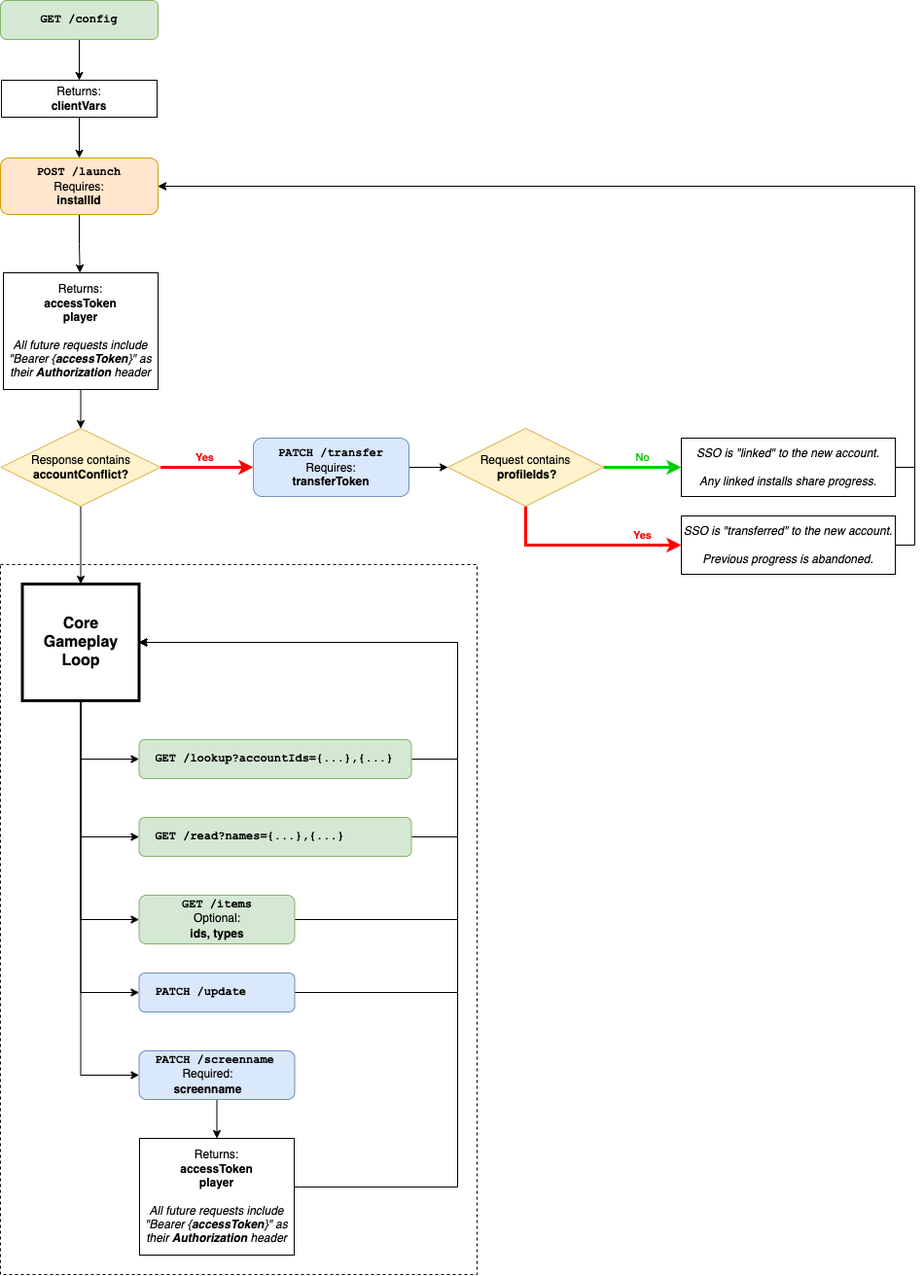
Before: player-service-v2.png, a diagram exported from draw.io (wmaynard/player-service). Source tidied: cells renumbered, new cells last; positions are measured from the earlier drawing's top-left corner, leaving out a move shared by most shapes. Its diagram source:
```xml
<mxGraphModel>
  <root>
    <mxCell id="0" />
    <mxCell id="1" parent="0" />
    <mxCell id="2" style="rounded=0;whiteSpace=wrap;html=1;fontColor=#000000;fillColor=none;dashed=1;perimeterSpacing=0;" parent="1" vertex="1">
      <mxGeometry y="580" width="490" height="730" as="geometry" />
    </mxCell>
    <mxCell id="3" style="edgeStyle=orthogonalEdgeStyle;rounded=0;jettySize=auto;html=1;exitX=0.5;exitY=1;exitDx=0;exitDy=0;entryX=0.5;entryY=0;entryDx=0;entryDy=0;fontColor=#000000;strokeColor=#000000;strokeWidth=1;" parent="1" edge="1" source="4" target="10">
      <mxGeometry relative="1" as="geometry" />
    </mxCell>
    <mxCell id="4" value="GET /config" style="rounded=1;whiteSpace=wrap;html=1;fontSize=12;glass=0;strokeWidth=1;shadow=0;fillColor=#d5e8d4;strokeColor=#82b366;fontFamily=Courier New;fontStyle=1;" parent="1" vertex="1">
      <mxGeometry width="162" height="40" as="geometry" />
    </mxCell>
    <mxCell id="5" style="edgeStyle=orthogonalEdgeStyle;rounded=0;jettySize=auto;html=1;exitX=0.5;exitY=1;exitDx=0;exitDy=0;entryX=0.495;entryY=0;entryDx=0;entryDy=0;entryPerimeter=0;fontColor=#000000;strokeColor=#000000;strokeWidth=1;" parent="1" edge="1" source="6" target="8">
      <mxGeometry relative="1" as="geometry" />
    </mxCell>
    <mxCell id="6" value="&lt;font face=&quot;Courier New&quot;&gt;&lt;b&gt;POST /launch&lt;/b&gt;&lt;/font&gt;&lt;br&gt;Requires:&lt;br&gt;&lt;b&gt;installId&lt;/b&gt;" style="rounded=1;whiteSpace=wrap;html=1;fillColor=#ffe6cc;strokeColor=#d79b00;" parent="1" vertex="1">
      <mxGeometry y="162" width="162" height="58" as="geometry" />
    </mxCell>
    <mxCell id="7" style="edgeStyle=orthogonalEdgeStyle;rounded=0;jettySize=auto;html=1;exitX=0.5;exitY=1;exitDx=0;exitDy=0;entryX=0.5;entryY=0;entryDx=0;entryDy=0;fontColor=#000000;strokeColor=#000000;strokeWidth=1;" parent="1" edge="1" source="8" target="13">
      <mxGeometry relative="1" as="geometry" />
    </mxCell>
    <mxCell id="8" value="Returns:&lt;br&gt;&lt;b&gt;accessToken&lt;/b&gt;&lt;br&gt;&lt;b&gt;player&lt;/b&gt;&lt;br&gt;&lt;br&gt;&lt;i&gt;All future requests include &quot;Bearer {&lt;b&gt;accessToken&lt;/b&gt;}&quot; as their &lt;b&gt;Authorization&lt;/b&gt;&amp;nbsp;header&lt;/i&gt;" style="rounded=0;whiteSpace=wrap;html=1;" parent="1" vertex="1">
      <mxGeometry x="3" y="280" width="159" height="120" as="geometry" />
    </mxCell>
    <mxCell id="9" style="edgeStyle=orthogonalEdgeStyle;rounded=0;jettySize=auto;html=1;exitX=0.5;exitY=1;exitDx=0;exitDy=0;entryX=0.5;entryY=0;entryDx=0;entryDy=0;fontColor=#000000;strokeColor=#000000;strokeWidth=1;" parent="1" edge="1" source="10" target="6">
      <mxGeometry relative="1" as="geometry" />
    </mxCell>
    <mxCell id="10" value="Returns:&lt;br&gt;&lt;b&gt;clientVars&lt;/b&gt;" style="rounded=0;whiteSpace=wrap;html=1;" parent="1" vertex="1">
      <mxGeometry x="1" y="82" width="160" height="38" as="geometry" />
    </mxCell>
    <mxCell id="11" value="Yes" style="edgeStyle=orthogonalEdgeStyle;rounded=0;jettySize=auto;html=1;entryX=0;entryY=0.5;entryDx=0;entryDy=0;strokeColor=#FF0000;strokeWidth=3;fontStyle=1;fontColor=#FF0000;" parent="1" edge="1" source="13" target="15">
      <mxGeometry x="-0.05" y="10" relative="1" as="geometry" />
    </mxCell>
    <mxCell id="12" style="edgeStyle=orthogonalEdgeStyle;rounded=0;jettySize=auto;html=1;exitX=0.5;exitY=1;exitDx=0;exitDy=0;entryX=0.5;entryY=0;entryDx=0;entryDy=0;fontFamily=Helvetica;fontSize=16;fontColor=#000000;strokeColor=#000000;strokeWidth=1;" parent="1" edge="1" source="13" target="40">
      <mxGeometry relative="1" as="geometry" />
    </mxCell>
    <mxCell id="13" value="Response contains &lt;b&gt;accountConflict?&lt;/b&gt;" style="rhombus;whiteSpace=wrap;html=1;fillColor=#fff2cc;strokeColor=#d6b656;" parent="1" vertex="1">
      <mxGeometry x="0.5" y="440" width="164" height="80" as="geometry" />
    </mxCell>
    <mxCell id="14" style="edgeStyle=orthogonalEdgeStyle;rounded=0;jettySize=auto;html=1;exitX=1;exitY=0.5;exitDx=0;exitDy=0;fontColor=#000000;strokeColor=#000000;strokeWidth=1;" parent="1" edge="1" source="15" target="18">
      <mxGeometry relative="1" as="geometry" />
    </mxCell>
    <mxCell id="15" value="&lt;b&gt;&lt;font face=&quot;Courier New&quot;&gt;PATCH /transfer&lt;/font&gt;&lt;/b&gt;&lt;br&gt;Requires:&lt;br&gt;&lt;b&gt;transferToken&lt;/b&gt;" style="rounded=1;whiteSpace=wrap;html=1;fillColor=#dae8fc;strokeColor=#6c8ebf;" parent="1" vertex="1">
      <mxGeometry x="260" y="450" width="160" height="60" as="geometry" />
    </mxCell>
    <mxCell id="16" value="Yes" style="edgeStyle=orthogonalEdgeStyle;rounded=0;jettySize=auto;html=1;exitX=0.5;exitY=1;exitDx=0;exitDy=0;entryX=0;entryY=0.5;entryDx=0;entryDy=0;fontColor=#FF0000;strokeColor=#FF0000;strokeWidth=3;fontStyle=1;" parent="1" edge="1" source="18" target="22">
      <mxGeometry x="0.6" y="10" relative="1" as="geometry" />
    </mxCell>
    <mxCell id="17" value="No" style="edgeStyle=orthogonalEdgeStyle;rounded=0;jettySize=auto;html=1;exitX=1;exitY=0.5;exitDx=0;exitDy=0;entryX=0;entryY=0.5;entryDx=0;entryDy=0;fontColor=#00CC00;strokeColor=#00CC00;strokeWidth=3;" parent="1" edge="1" source="18" target="20">
      <mxGeometry y="10" relative="1" as="geometry" />
    </mxCell>
    <mxCell id="18" value="Request contains&lt;br&gt;&amp;nbsp;&lt;b&gt;profileIds?&lt;/b&gt;" style="rhombus;whiteSpace=wrap;html=1;fillColor=#fff2cc;strokeColor=#d6b656;" parent="1" vertex="1">
      <mxGeometry x="460" y="440" width="160" height="80" as="geometry" />
    </mxCell>
    <mxCell id="19" style="edgeStyle=orthogonalEdgeStyle;rounded=0;jettySize=auto;html=1;exitX=1;exitY=0.5;exitDx=0;exitDy=0;entryX=1;entryY=0.5;entryDx=0;entryDy=0;fontColor=#000000;strokeColor=#000000;strokeWidth=1;" parent="1" edge="1" source="20" target="6">
      <mxGeometry relative="1" as="geometry" />
    </mxCell>
    <mxCell id="20" value="&lt;i&gt;SSO is &quot;linked&quot; to the new account.&lt;br&gt;&lt;br&gt;Any linked installs share progress.&lt;br&gt;&lt;/i&gt;" style="rounded=0;whiteSpace=wrap;html=1;" parent="1" vertex="1">
      <mxGeometry x="700" y="450" width="220" height="60" as="geometry" />
    </mxCell>
    <mxCell id="21" style="edgeStyle=orthogonalEdgeStyle;rounded=0;jettySize=auto;html=1;exitX=1;exitY=0.5;exitDx=0;exitDy=0;entryX=1;entryY=0.5;entryDx=0;entryDy=0;fontColor=#000000;strokeColor=#000000;strokeWidth=1;" parent="1" edge="1" source="22" target="6">
      <mxGeometry relative="1" as="geometry" />
    </mxCell>
    <mxCell id="22" value="&lt;i&gt;SSO is &quot;transferred&quot; to the new account.&lt;br&gt;&lt;br&gt;Previous progress is abandoned.&lt;br&gt;&lt;/i&gt;" style="rounded=0;whiteSpace=wrap;html=1;" parent="1" vertex="1">
      <mxGeometry x="700" y="530" width="220" height="60" as="geometry" />
    </mxCell>
    <mxCell id="23" style="edgeStyle=orthogonalEdgeStyle;rounded=0;jettySize=auto;html=1;exitX=1;exitY=0.5;exitDx=0;exitDy=0;entryX=1;entryY=0.5;entryDx=0;entryDy=0;fontFamily=Helvetica;fontSize=16;fontColor=#000000;strokeColor=#000000;strokeWidth=1;" parent="1" edge="1" source="24" target="40">
      <mxGeometry relative="1" as="geometry">
        <Array as="points">
          <mxPoint x="470" y="945" />
          <mxPoint x="470" y="660" />
        </Array>
      </mxGeometry>
    </mxCell>
    <mxCell id="24" value="GET /items&lt;br&gt;&lt;font face=&quot;Helvetica&quot;&gt;&lt;span style=&quot;font-weight: normal&quot;&gt;Optional:&lt;br&gt;&lt;/span&gt;ids, types&lt;/font&gt;" style="rounded=1;whiteSpace=wrap;html=1;fontSize=12;glass=0;strokeWidth=1;shadow=0;fillColor=#d5e8d4;strokeColor=#82b366;fontFamily=Courier New;fontStyle=1;" parent="1" vertex="1">
      <mxGeometry x="142.5" y="920" width="160" height="50" as="geometry" />
    </mxCell>
    <mxCell id="25" style="edgeStyle=orthogonalEdgeStyle;rounded=0;jettySize=auto;html=1;exitX=1;exitY=0.5;exitDx=0;exitDy=0;entryX=1;entryY=0.5;entryDx=0;entryDy=0;fontFamily=Helvetica;fontSize=16;fontColor=#000000;strokeColor=#000000;strokeWidth=1;" parent="1" edge="1" source="26" target="40">
      <mxGeometry relative="1" as="geometry">
        <Array as="points">
          <mxPoint x="470" y="860" />
          <mxPoint x="470" y="660" />
        </Array>
      </mxGeometry>
    </mxCell>
    <mxCell id="26" value="&amp;nbsp; GET /read?names={...},{...}" style="rounded=1;whiteSpace=wrap;html=1;fontSize=12;glass=0;strokeWidth=1;shadow=0;fillColor=#d5e8d4;strokeColor=#82b366;fontFamily=Courier New;fontStyle=1;align=left;" parent="1" vertex="1">
      <mxGeometry x="142.5" y="840" width="280" height="40" as="geometry" />
    </mxCell>
    <mxCell id="27" style="edgeStyle=orthogonalEdgeStyle;rounded=0;jettySize=auto;html=1;exitX=1;exitY=0.5;exitDx=0;exitDy=0;entryX=1;entryY=0.5;entryDx=0;entryDy=0;fontFamily=Helvetica;fontSize=16;fontColor=#000000;strokeColor=#000000;strokeWidth=1;" parent="1" edge="1" source="28" target="40">
      <mxGeometry relative="1" as="geometry">
        <Array as="points">
          <mxPoint x="470" y="1020" />
          <mxPoint x="470" y="660" />
        </Array>
      </mxGeometry>
    </mxCell>
    <mxCell id="28" value="&amp;nbsp; PATCH /update" style="rounded=1;whiteSpace=wrap;html=1;fillColor=#dae8fc;strokeColor=#6c8ebf;fontFamily=Courier New;fontStyle=1;align=left;" parent="1" vertex="1">
      <mxGeometry x="142.5" y="1000" width="160" height="40" as="geometry" />
    </mxCell>
    <mxCell id="29" style="edgeStyle=orthogonalEdgeStyle;rounded=0;jettySize=auto;html=1;exitX=0.5;exitY=1;exitDx=0;exitDy=0;entryX=0.5;entryY=0;entryDx=0;entryDy=0;fontFamily=Helvetica;fontColor=#000000;strokeColor=#000000;strokeWidth=1;" parent="1" edge="1" source="30" target="32">
      <mxGeometry relative="1" as="geometry" />
    </mxCell>
    <mxCell id="30" value="&amp;nbsp; PATCH /screenname&lt;br&gt;&lt;div style=&quot;text-align: center&quot;&gt;&lt;span style=&quot;font-weight: normal&quot;&gt;&lt;font face=&quot;Helvetica&quot;&gt;Required:&lt;/font&gt;&lt;/span&gt;&lt;/div&gt;&lt;div style=&quot;text-align: center&quot;&gt;&lt;font face=&quot;Helvetica&quot;&gt;screenname&lt;/font&gt;&lt;/div&gt;" style="rounded=1;whiteSpace=wrap;html=1;fillColor=#dae8fc;strokeColor=#6c8ebf;fontFamily=Courier New;fontStyle=1;align=left;" parent="1" vertex="1">
      <mxGeometry x="142.5" y="1080" width="160" height="50" as="geometry" />
    </mxCell>
    <mxCell id="31" style="edgeStyle=orthogonalEdgeStyle;rounded=0;jettySize=auto;html=1;exitX=1;exitY=0.5;exitDx=0;exitDy=0;entryX=1;entryY=0.5;entryDx=0;entryDy=0;fontFamily=Helvetica;fontSize=16;fontColor=#000000;strokeColor=#000000;strokeWidth=1;" parent="1" edge="1" source="32" target="40">
      <mxGeometry relative="1" as="geometry">
        <Array as="points">
          <mxPoint x="470" y="1220" />
          <mxPoint x="470" y="660" />
        </Array>
      </mxGeometry>
    </mxCell>
    <mxCell id="32" value="Returns:&lt;br&gt;&lt;b&gt;accessToken&lt;/b&gt;&lt;br&gt;&lt;b&gt;player&lt;/b&gt;&lt;br&gt;&lt;br&gt;&lt;i&gt;All future requests include &quot;Bearer {&lt;b&gt;accessToken&lt;/b&gt;}&quot; as their &lt;b&gt;Authorization&lt;/b&gt;&amp;nbsp;header&lt;/i&gt;" style="rounded=0;whiteSpace=wrap;html=1;" parent="1" vertex="1">
      <mxGeometry x="143" y="1170" width="159" height="120" as="geometry" />
    </mxCell>
    <mxCell id="33" style="edgeStyle=orthogonalEdgeStyle;rounded=0;jettySize=auto;html=1;exitX=1;exitY=0.5;exitDx=0;exitDy=0;entryX=1;entryY=0.5;entryDx=0;entryDy=0;fontFamily=Helvetica;fontSize=16;fontColor=#000000;strokeColor=#000000;strokeWidth=1;" parent="1" edge="1" source="34" target="40">
      <mxGeometry relative="1" as="geometry">
        <Array as="points">
          <mxPoint x="470" y="780" />
          <mxPoint x="470" y="660" />
        </Array>
      </mxGeometry>
    </mxCell>
    <mxCell id="34" value="&amp;nbsp; GET /lookup?accountIds={...},{...}" style="rounded=1;whiteSpace=wrap;html=1;fontSize=12;glass=0;strokeWidth=1;shadow=0;fillColor=#d5e8d4;strokeColor=#82b366;fontFamily=Courier New;fontStyle=1;align=left;" parent="1" vertex="1">
      <mxGeometry x="142.5" y="760" width="280" height="40" as="geometry" />
    </mxCell>
    <mxCell id="35" style="edgeStyle=orthogonalEdgeStyle;rounded=0;jettySize=auto;html=1;exitX=0.5;exitY=1;exitDx=0;exitDy=0;entryX=0;entryY=0.5;entryDx=0;entryDy=0;fontFamily=Helvetica;fontSize=16;fontColor=#000000;strokeColor=#000000;strokeWidth=1;" parent="1" edge="1" source="40" target="34">
      <mxGeometry relative="1" as="geometry" />
    </mxCell>
    <mxCell id="36" style="edgeStyle=orthogonalEdgeStyle;rounded=0;jettySize=auto;html=1;exitX=0.5;exitY=1;exitDx=0;exitDy=0;entryX=0;entryY=0.5;entryDx=0;entryDy=0;fontFamily=Helvetica;fontSize=16;fontColor=#000000;strokeColor=#000000;strokeWidth=1;" parent="1" edge="1" source="40" target="26">
      <mxGeometry relative="1" as="geometry" />
    </mxCell>
    <mxCell id="37" style="edgeStyle=orthogonalEdgeStyle;rounded=0;jettySize=auto;html=1;exitX=0.5;exitY=1;exitDx=0;exitDy=0;entryX=0;entryY=0.5;entryDx=0;entryDy=0;fontFamily=Helvetica;fontSize=16;fontColor=#000000;strokeColor=#000000;strokeWidth=1;" parent="1" edge="1" source="40" target="24">
      <mxGeometry relative="1" as="geometry" />
    </mxCell>
    <mxCell id="38" style="edgeStyle=orthogonalEdgeStyle;rounded=0;jettySize=auto;html=1;exitX=0.5;exitY=1;exitDx=0;exitDy=0;entryX=0;entryY=0.5;entryDx=0;entryDy=0;fontFamily=Helvetica;fontSize=16;fontColor=#000000;strokeColor=#000000;strokeWidth=1;" parent="1" edge="1" source="40" target="28">
      <mxGeometry relative="1" as="geometry" />
    </mxCell>
    <mxCell id="39" style="edgeStyle=orthogonalEdgeStyle;rounded=0;jettySize=auto;html=1;exitX=0.5;exitY=1;exitDx=0;exitDy=0;entryX=0;entryY=0.5;entryDx=0;entryDy=0;fontFamily=Helvetica;fontSize=16;fontColor=#000000;strokeColor=#000000;strokeWidth=1;" parent="1" edge="1" source="40" target="30">
      <mxGeometry relative="1" as="geometry" />
    </mxCell>
    <mxCell id="40" value="Core&lt;br style=&quot;font-size: 16px;&quot;&gt;Gameplay&lt;br style=&quot;font-size: 16px;&quot;&gt;Loop" style="whiteSpace=wrap;html=1;fontFamily=Helvetica;fontColor=#000000;fillColor=default;fontStyle=1;strokeWidth=3;fontSize=16;" parent="1" vertex="1">
      <mxGeometry x="22.5" y="600" width="120" height="120" as="geometry" />
    </mxCell>
  </root>
</mxGraphModel>
```
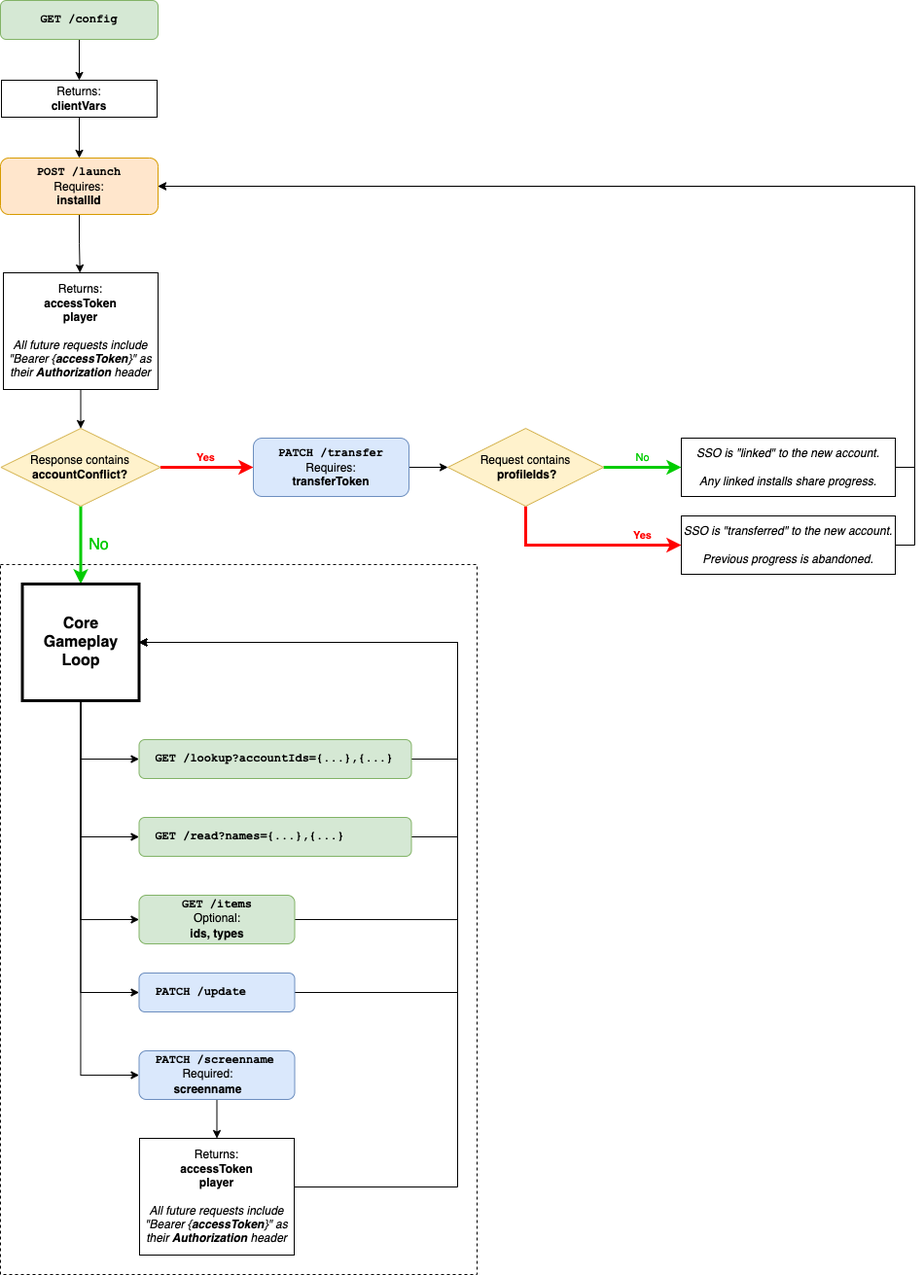
Above is the later version.

Commit message:
Fixed line from accountConflict in flow diagram

Diff of the diagram source:
```diff
@@ -32,8 +32,8 @@
     <mxCell id="11" value="Yes" style="edgeStyle=orthogonalEdgeStyle;rounded=0;jettySize=auto;html=1;entryX=0;entryY=0.5;entryDx=0;entryDy=0;strokeColor=#FF0000;strokeWidth=3;fontStyle=1;fontColor=#FF0000;" parent="1" edge="1" source="13" target="15">
       <mxGeometry x="-0.05" y="10" relative="1" as="geometry" />
     </mxCell>
-    <mxCell id="12" style="edgeStyle=orthogonalEdgeStyle;rounded=0;jettySize=auto;html=1;exitX=0.5;exitY=1;exitDx=0;exitDy=0;entryX=0.5;entryY=0;entryDx=0;entryDy=0;fontFamily=Helvetica;fontSize=16;fontColor=#000000;strokeColor=#000000;strokeWidth=1;" parent="1" edge="1" source="13" target="40">
-      <mxGeometry relative="1" as="geometry" />
+    <mxCell id="12" value="No" style="edgeStyle=orthogonalEdgeStyle;rounded=0;jettySize=auto;html=1;exitX=0.5;exitY=1;exitDx=0;exitDy=0;entryX=0.5;entryY=0;entryDx=0;entryDy=0;fontFamily=Helvetica;fontSize=16;fontColor=#00CC00;strokeColor=#00CC00;strokeWidth=3;" parent="1" edge="1" source="13" target="40">
+      <mxGeometry y="18" relative="1" as="geometry" />
     </mxCell>
     <mxCell id="13" value="Response contains &lt;b&gt;accountConflict?&lt;/b&gt;" style="rhombus;whiteSpace=wrap;html=1;fillColor=#fff2cc;strokeColor=#d6b656;" parent="1" vertex="1">
       <mxGeometry x="0.5" y="440" width="164" height="80" as="geometry" />
```
